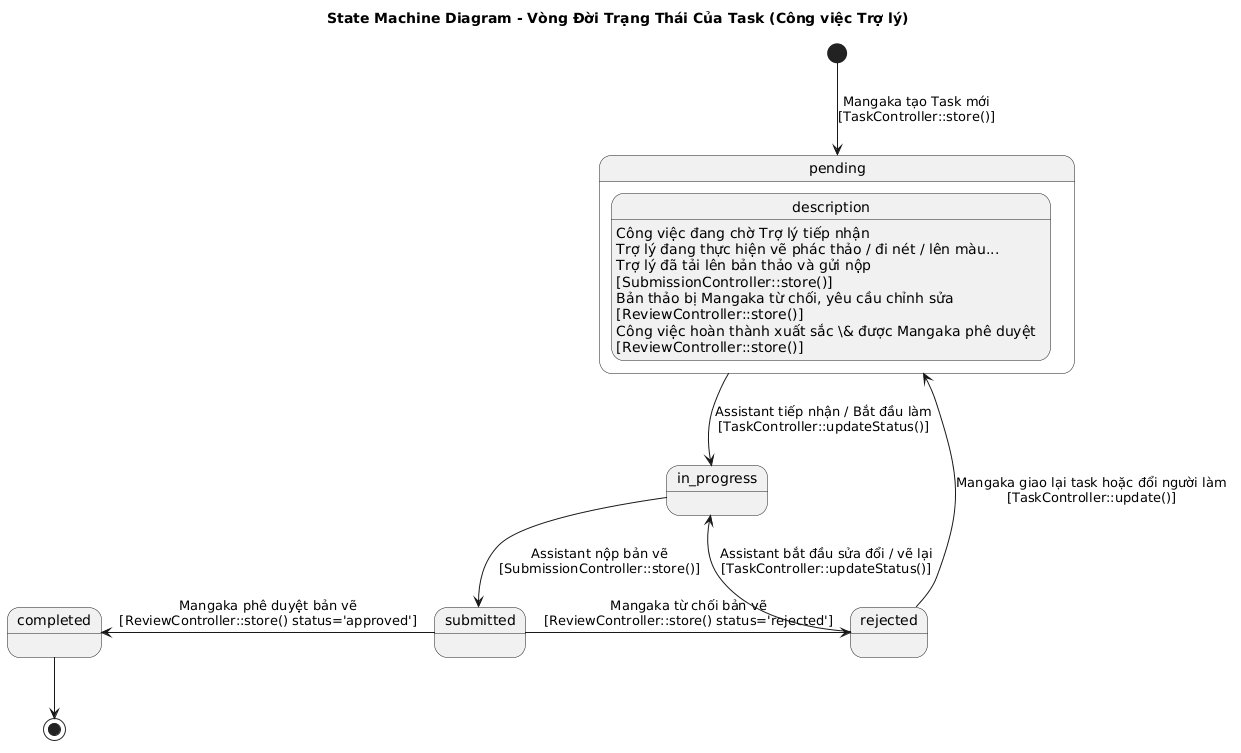
trongtan0079/manga-workflow-report keeps this PlantUML diagram as assets/diagrams/Chapter3_IMAGE/State_Machine_Task.png. Above is the earlier version.
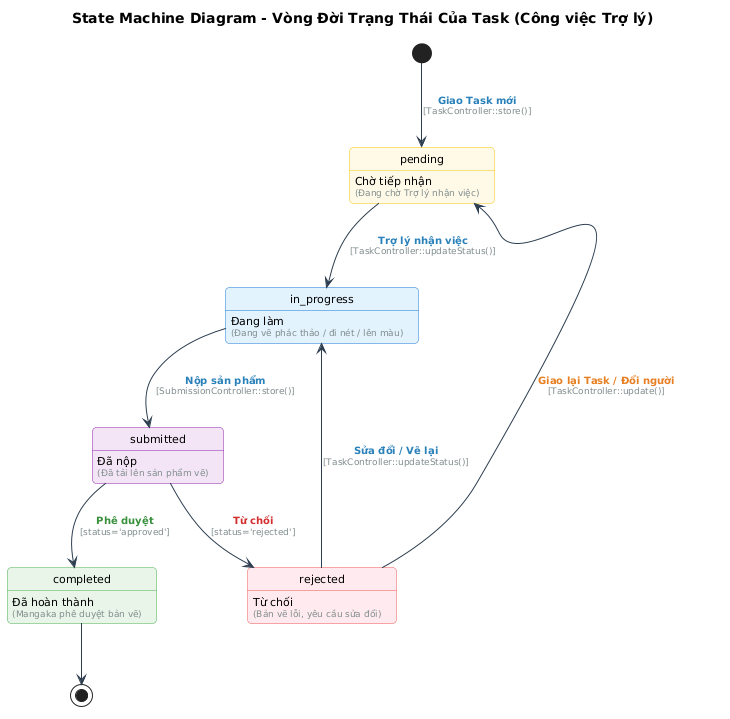
The same diagram one commit later.

Diff of the diagram source:
```diff
@@ -3,37 +3,50 @@
 
 skinparam backgroundColor white
 skinparam shadowing false
+skinparam roundcorner 8
+skinparam defaultFontName "Segoe UI"
+skinparam defaultFontSize 11
 
-[*] --> pending : Mangaka tạo Task mới\n[TaskController::store()]
+skinparam state {
+    BackgroundColor<<pending>> #FFF9E6
+    BorderColor<<pending>> #F1C40F
 
-state pending {
-    description : Công việc đang chờ Trợ lý tiếp nhận
+    BackgroundColor<<in_progress>> #E3F2FD
+    BorderColor<<in_progress>> #1976D2
+
+    BackgroundColor<<submitted>> #F3E5F5
+    BorderColor<<submitted>> #8E24AA
+
+    BackgroundColor<<rejected>> #FFEBEE
+    BorderColor<<rejected>> #EF5350
+
+    BackgroundColor<<completed>> #E8F5E9
+    BorderColor<<completed>> #4CAF50
 }
 
-state in_progress {
-    description : Trợ lý đang thực hiện vẽ phác thảo / đi nét / lên màu...
-}
+skinparam ArrowColor #2C3E50
+skinparam ArrowFontColor #2C3E50
+skinparam ArrowFontSize 10
 
-state submitted {
-    description : Trợ lý đã tải lên bản thảo và gửi nộp\n[SubmissionController::store()]
-}
+state pending <<pending>> : Chờ tiếp nhận\n<size:9><color:#7F8C8D>(Đang chờ Trợ lý nhận việc)</color></size>
+state in_progress <<in_progress>> : Đang làm\n<size:9><color:#7F8C8D>(Đang vẽ phác thảo / đi nét / lên màu)</color></size>
+state submitted <<submitted>> : Đã nộp\n<size:9><color:#7F8C8D>(Đã tải lên sản phẩm vẽ)</color></size>
+state rejected <<rejected>> : Từ chối\n<size:9><color:#7F8C8D>(Bản vẽ lỗi, yêu cầu sửa đổi)</color></size>
+state completed <<completed>> : Đã hoàn thành\n<size:9><color:#7F8C8D>(Mangaka phê duyệt bản vẽ)</color></size>
 
-state rejected {
-    description : Bản thảo bị Mangaka từ chối, yêu cầu chỉnh sửa\n[ReviewController::store()]
-}
+[*] --> pending : <color:#2980B9><b>Giao Task mới</b></color>\n<size:9><color:#7F8C8D>[TaskController::store()]</color></size>
 
-state completed {
-    description : Công việc hoàn thành xuất sắc \& được Mangaka phê duyệt\n[ReviewController::store()]
-}
+pending --> in_progress : <color:#2980B9><b>Trợ lý nhận việc</b></color>\n<size:9><color:#7F8C8D>[TaskController::updateStatus()]</color></size>
 
-pending -down-> in_progress : Assistant tiếp nhận / Bắt đầu làm\n[TaskController::updateStatus()]
-in_progress -down-> submitted : Assistant nộp bản vẽ\n[SubmissionController::store()]
+in_progress --> submitted : <color:#2980B9><b>Nộp sản phẩm</b></color>\n<size:9><color:#7F8C8D>[SubmissionController::store()]</color></size>
 
-submitted -left-> completed : Mangaka phê duyệt bản vẽ\n[ReviewController::store() status='approved']
-submitted -right-> rejected : Mangaka từ chối bản vẽ\n[ReviewController::store() status='rejected']
+submitted --> completed : <color:#388E3C><b>Phê duyệt</b></color>\n<size:9><color:#7F8C8D>[status='approved']</color></size>
 
-rejected -up-> in_progress : Assistant bắt đầu sửa đổi / vẽ lại\n[TaskController::updateStatus()]
-rejected -up-> pending : Mangaka giao lại task hoặc đổi người làm\n[TaskController::update()]
+submitted --> rejected : <color:#D32F2F><b>Từ chối</b></color>\n<size:9><color:#7F8C8D>[status='rejected']</color></size>
 
-completed -down-> [*]
+rejected --> in_progress : <color:#2980B9><b>Sửa đổi / Vẽ lại</b></color>\n<size:9><color:#7F8C8D>[TaskController::updateStatus()]</color></size>
+
+rejected --> pending : <color:#E67E22><b>Giao lại Task / Đổi người</b></color>\n<size:9><color:#7F8C8D>[TaskController::update()]</color></size>
+
+completed --> [*]
 @enduml
```
